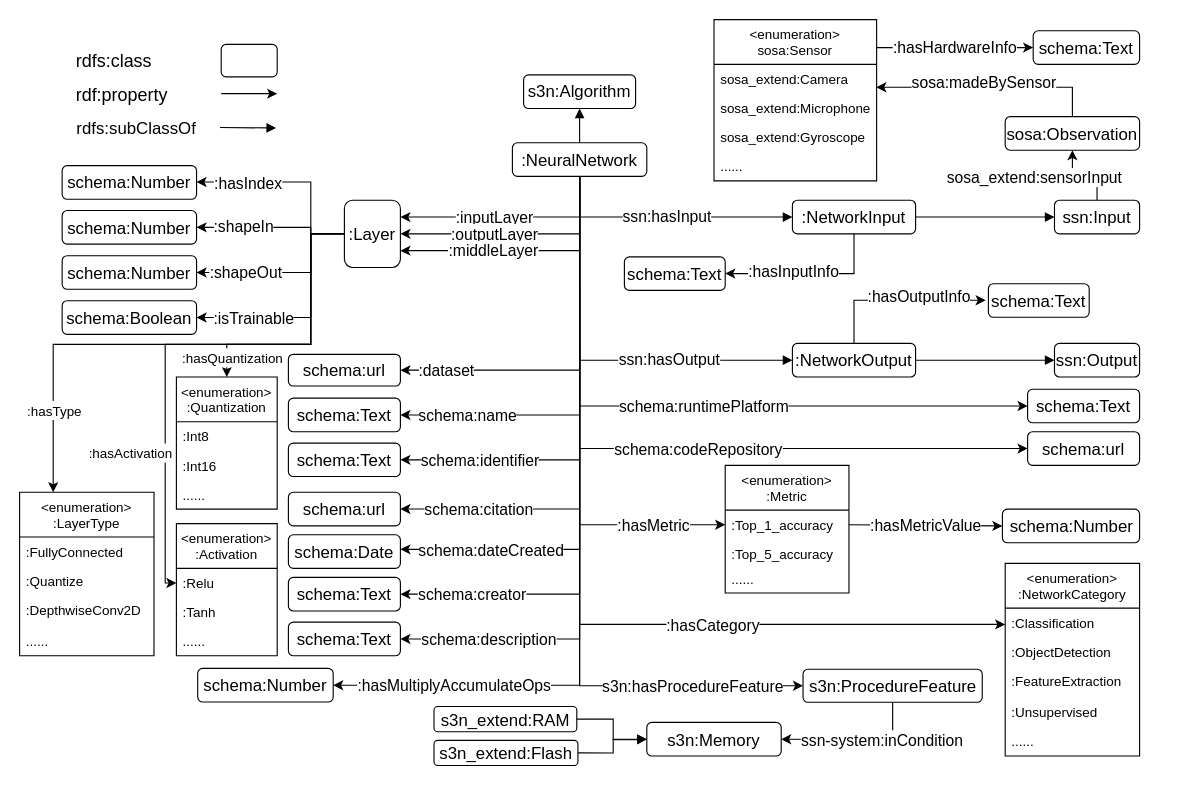
Earlier version of the draw.io diagram NN_tinyML.drawio (Haoyu-R/appendix). Source tidied: cells renumbered, new cells numbered last; positions are measured from the earlier drawing's top-left corner, leaving out a move shared by most shapes. Both pictures are drawn from the tidied source at 112%, with x=0, y=0 at pixel (19, 19).
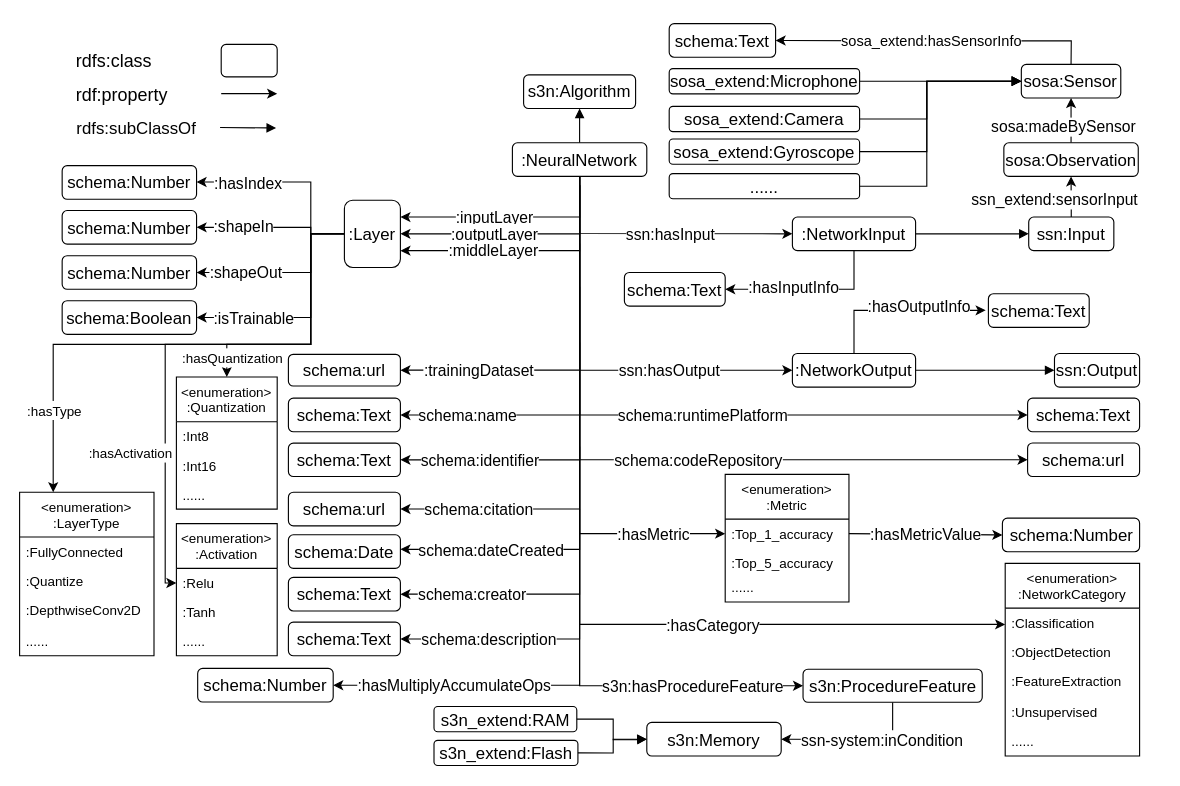
After the change.

Unchanged cells that the change refers to:
```xml
<mxCell id="14" value=":NeuralNetwork" style="rounded=1;whiteSpace=wrap;html=1;fontSize=15;" parent="1" vertex="1">
  <mxGeometry x="440" y="110" width="120" height="30" as="geometry" />
</mxCell>
<mxCell id="22" value="schema:url" style="rounded=1;whiteSpace=wrap;html=1;fontSize=15;" parent="1" vertex="1">
  <mxGeometry x="240" y="298.9" width="100" height="28.2" as="geometry" />
</mxCell>
<mxCell id="96" value=":Top_1_accuracy" style="text;strokeColor=none;fillColor=none;align=left;verticalAlign=top;spacingLeft=4;spacingRight=4;overflow=hidden;points=[[0,0.5],[1,0.5]];portConstraint=eastwest;" parent="95" vertex="1">
  <mxGeometry y="40" width="110.5" height="26" as="geometry" />
</mxCell>
```

What changed in the source:
```diff
@@
-    <mxCell id="4" value="&lt;font style=&quot;font-size: 14px&quot;&gt;:dataset&lt;/font&gt;" style="edgeStyle=orthogonalEdgeStyle;rounded=0;jettySize=auto;html=1;exitX=0.5;exitY=1;exitDx=0;exitDy=0;entryX=1;entryY=0.5;entryDx=0;entryDy=0;fontSize=15;" parent="1" edge="1" target="22">
-      <mxGeometry x="0.75" relative="1" as="geometry">
+    <mxCell id="4" value="&lt;font style=&quot;font-size: 14px&quot;&gt;:trainingDataset&lt;/font&gt;" style="edgeStyle=orthogonalEdgeStyle;rounded=0;jettySize=auto;html=1;exitX=0.5;exitY=1;exitDx=0;exitDy=0;entryX=1;entryY=0.5;entryDx=0;entryDy=0;fontSize=15;" parent="1" edge="1" target="22">
+      <mxGeometry x="0.57" relative="1" as="geometry">
         <mxPoint x="500" y="148" as="sourcePoint" />
         <Array as="points">
           <mxPoint x="500" y="313" />
         </Array>
       </mxGeometry>
     </mxCell>
@@
-    <mxCell id="10" value="&lt;font style=&quot;font-size: 14px&quot;&gt;ssn:hasInput &lt;/font&gt;" style="edgeStyle=orthogonalEdgeStyle;rounded=0;jettySize=auto;html=1;exitX=0.5;exitY=1;exitDx=0;exitDy=0;entryX=0;entryY=0.5;entryDx=0;entryDy=0;endArrow=block;endFill=1;" parent="1" edge="1" source="14" target="37">
-      <mxGeometry x="0.01" relative="1" as="geometry" />
-    </mxCell>
-    <mxCell id="11" value="&lt;font style=&quot;font-size: 14px&quot;&gt;ssn:hasOutput&lt;/font&gt;" style="edgeStyle=orthogonalEdgeStyle;rounded=0;jettySize=auto;html=1;exitX=0.5;exitY=1;exitDx=0;exitDy=0;entryX=0;entryY=0.5;entryDx=0;entryDy=0;endArrow=block;endFill=1;" parent="1" edge="1" source="14" target="41">
-      <mxGeometry x="0.38" relative="1" as="geometry" />
-    </mxCell>
@@
     <mxCell id="23" style="edgeStyle=orthogonalEdgeStyle;rounded=0;orthogonalLoop=1;jettySize=auto;html=1;exitX=0.5;exitY=1;exitDx=0;exitDy=0;fontSize=15;" parent="1" edge="1">
       <mxGeometry relative="1" as="geometry">
-        <mxPoint x="1011" y="317.2" as="sourcePoint" />
-        <mxPoint x="1011" y="317.2" as="targetPoint" />
+        <mxPoint x="1011" y="326.2" as="sourcePoint" />
+        <mxPoint x="1011" y="326.2" as="targetPoint" />
       </mxGeometry>
     </mxCell>
@@
-    <mxCell id="30" style="edgeStyle=orthogonalEdgeStyle;rounded=0;jettySize=auto;html=1;exitX=0.5;exitY=0;exitDx=0;exitDy=0;entryX=0.5;entryY=1;entryDx=0;entryDy=0;fontSize=12;" parent="1" edge="1" source="32" target="115">
+    <mxCell id="30" style="edgeStyle=orthogonalEdgeStyle;rounded=0;jettySize=auto;html=1;exitX=0.5;exitY=0;exitDx=0;exitDy=0;entryX=0.5;entryY=1;entryDx=0;entryDy=0;fontSize=13;" parent="1" edge="1" source="32" target="115">
       <mxGeometry relative="1" as="geometry" />
     </mxCell>
-    <mxCell id="31" value="&lt;font style=&quot;font-size: 14px&quot;&gt;sosa_extend:sensorInput&lt;/font&gt;" style="edgeLabel;html=1;align=center;verticalAlign=middle;fontSize=12;" parent="30" vertex="1">
-      <mxGeometry x="0.37" relative="1" as="geometry">
-        <mxPoint x="-35" y="3" as="offset" />
-      </mxGeometry>
-    </mxCell>
+    <mxCell id="116" value="&lt;font style=&quot;font-size: 14px&quot;&gt;ssn_extend:sensorInput&lt;/font&gt;" style="edgeLabel;html=1;align=center;verticalAlign=middle;fontSize=13;" parent="30" vertex="1">
+      <mxGeometry x="-0.19" y="1" relative="1" as="geometry">
+        <mxPoint x="-14" y="-1" as="offset" />
+      </mxGeometry>
+    </mxCell>
     <mxCell id="32" value="ssn:Input" style="rounded=1;whiteSpace=wrap;html=1;fontSize=15;" parent="1" vertex="1">
-      <mxGeometry x="924" y="161.3" width="76" height="30" as="geometry" />
+      <mxGeometry x="901" y="176.3" width="76" height="30" as="geometry" />
     </mxCell>
     <mxCell id="33" value="ssn:Output" style="rounded=1;whiteSpace=wrap;html=1;fontSize=15;" parent="1" vertex="1">
-      <mxGeometry x="924" y="289.1" width="76" height="30" as="geometry" />
+      <mxGeometry x="924" y="298.1" width="76" height="30" as="geometry" />
     </mxCell>
     <mxCell id="34" style="edgeStyle=orthogonalEdgeStyle;rounded=0;jettySize=auto;html=1;exitX=1;exitY=0.5;exitDx=0;exitDy=0;entryX=0;entryY=0.5;entryDx=0;entryDy=0;endArrow=block;endFill=1;" parent="1" edge="1" source="37" target="32">
-      <mxGeometry relative="1" as="geometry" />
+      <mxGeometry relative="1" as="geometry">
+        <Array as="points">
+          <mxPoint x="853" y="191" />
+          <mxPoint x="924" y="191" />
+        </Array>
+      </mxGeometry>
     </mxCell>
     <mxCell id="35" style="edgeStyle=orthogonalEdgeStyle;rounded=0;jettySize=auto;html=1;exitX=0.5;exitY=1;exitDx=0;exitDy=0;entryX=1;entryY=0.5;entryDx=0;entryDy=0;" parent="1" edge="1" source="37" target="51">
       <mxGeometry relative="1" as="geometry">
         <Array as="points">
-          <mxPoint x="745" y="227" />
+          <mxPoint x="745" y="241" />
         </Array>
       </mxGeometry>
     </mxCell>
     <mxCell id="36" value="&lt;font style=&quot;font-size: 14px&quot;&gt;:hasInputInfo&lt;/font&gt;" style="edgeLabel;html=1;align=center;verticalAlign=middle;" parent="35" vertex="1">
       <mxGeometry x="0.06" y="1" relative="1" as="geometry">
-        <mxPoint x="-10" y="-3" as="offset" />
+        <mxPoint x="-10" y="-2" as="offset" />
       </mxGeometry>
     </mxCell>
     <mxCell id="37" value=":NetworkInput" style="rounded=1;whiteSpace=wrap;html=1;fontSize=15;" parent="1" vertex="1">
-      <mxGeometry x="690" y="161.3" width="110" height="30" as="geometry" />
+      <mxGeometry x="690" y="176.3" width="110" height="30" as="geometry" />
     </mxCell>
@@
     <mxCell id="39" style="edgeStyle=orthogonalEdgeStyle;rounded=0;jettySize=auto;html=1;exitX=0.5;exitY=0;exitDx=0;exitDy=0;entryX=-0.027;entryY=0.493;entryDx=0;entryDy=0;entryPerimeter=0;" parent="1" edge="1" source="41" target="52">
       <mxGeometry relative="1" as="geometry">
         <Array as="points">
-          <mxPoint x="745" y="251" />
+          <mxPoint x="745" y="260" />
         </Array>
       </mxGeometry>
     </mxCell>
@@
     <mxCell id="41" value=":NetworkOutput" style="rounded=1;whiteSpace=wrap;html=1;fontSize=15;" parent="1" vertex="1">
-      <mxGeometry x="690" y="289.1" width="110" height="30" as="geometry" />
+      <mxGeometry x="690" y="298.1" width="110" height="30" as="geometry" />
     </mxCell>
@@
     <mxCell id="51" value="schema:Text" style="rounded=1;whiteSpace=wrap;html=1;fontSize=15;" parent="1" vertex="1">
-      <mxGeometry x="540" y="211.8" width="90" height="30" as="geometry" />
+      <mxGeometry x="540" y="225.8" width="90" height="30" as="geometry" />
     </mxCell>
     <mxCell id="52" value="schema:Text" style="rounded=1;whiteSpace=wrap;html=1;fontSize=15;" parent="1" vertex="1">
-      <mxGeometry x="865" y="235.8" width="90" height="30" as="geometry" />
+      <mxGeometry x="865" y="244.8" width="90" height="30" as="geometry" />
     </mxCell>
@@
-    <mxCell id="56" value="&lt;font style=&quot;font-size: 14px&quot;&gt;:hasHardwareInfo&lt;/font&gt;" style="endArrow=classic;html=1;rounded=0;entryX=0;entryY=0.5;entryDx=0;entryDy=0;exitX=1.001;exitY=0.174;exitDx=0;exitDy=0;exitPerimeter=0;" parent="1" edge="1" source="108" target="57">
-      <mxGeometry relative="1" as="geometry">
+    <mxCell id="56" style="endArrow=classic;html=1;rounded=0;entryX=1;entryY=0.5;entryDx=0;entryDy=0;exitX=0.5;exitY=0;exitDx=0;exitDy=0;" parent="1" edge="1" source="108" target="57">
+      <mxGeometry x="-0.04" y="-19" relative="1" as="geometry">
         <Array as="points">
-          <mxPoint x="840" y="25" />
+          <mxPoint x="939" y="19" />
+          <mxPoint x="790" y="19" />
         </Array>
+        <mxPoint x="7" y="-1" as="offset" />
       </mxGeometry>
     </mxCell>
+    <mxCell id="117" value="&lt;font style=&quot;font-size: 13px&quot;&gt;sosa_extend:hasSensorInfo&lt;/font&gt;" style="edgeLabel;html=1;align=center;verticalAlign=middle;fontSize=13;" parent="56" vertex="1">
+      <mxGeometry x="0.03" y="-1" relative="1" as="geometry" />
+    </mxCell>
     <mxCell id="57" value="schema:Text" style="rounded=1;whiteSpace=wrap;html=1;fontSize=15;" parent="1" vertex="1">
-      <mxGeometry x="905" y="10" width="95" height="30" as="geometry" />
+      <mxGeometry x="580" y="3.6" width="95" height="30" as="geometry" />
     </mxCell>
-    <mxCell id="58" value="&lt;font style=&quot;font-size: 14px&quot;&gt;:hasMetric&lt;/font&gt;" style="edgeStyle=orthogonalEdgeStyle;rounded=0;jettySize=auto;html=1;exitX=0.5;exitY=1;exitDx=0;exitDy=0;entryX=0;entryY=0.5;entryDx=0;entryDy=0;fontSize=15;" parent="1" edge="1" source="14" target="96">
+    <mxCell id="58" value="&lt;font style=&quot;font-size: 14px&quot;&gt;:hasMetric&lt;/font&gt;" style="edgeStyle=orthogonalEdgeStyle;rounded=0;jettySize=auto;html=1;exitX=0.5;exitY=1;exitDx=0;exitDy=0;entryX=0;entryY=0.5;entryDx=0;entryDy=0;fontSize=15;" parent="1" edge="1" target="96">
       <mxGeometry x="0.71" relative="1" as="geometry">
+        <mxPoint x="500" y="148" as="sourcePoint" />
         <Array as="points">
-          <mxPoint x="500" y="451" />
+          <mxPoint x="500" y="459" />
         </Array>
       </mxGeometry>
     </mxCell>
@@
     <mxCell id="60" value="schema:Number" style="rounded=1;whiteSpace=wrap;html=1;fontSize=15;" parent="1" vertex="1">
-      <mxGeometry x="877.5" y="437.1" width="122.5" height="30" as="geometry" />
+      <mxGeometry x="877.5" y="445.1" width="122.5" height="30" as="geometry" />
     </mxCell>
@@
     <mxCell id="63" value="&lt;font style=&quot;font-size: 14px&quot;&gt;schema:codeRepository&lt;/font&gt;" style="edgeStyle=orthogonalEdgeStyle;rounded=0;jettySize=auto;html=1;exitX=0.5;exitY=1;exitDx=0;exitDy=0;entryX=0;entryY=0.5;entryDx=0;entryDy=0;fontSize=15;" parent="1" edge="1" target="107">
       <mxGeometry x="0.01" relative="1" as="geometry">
-        <mxPoint x="500" y="190" as="sourcePoint" />
+        <mxPoint x="500" y="200" as="sourcePoint" />
         <Array as="points">
-          <mxPoint x="500" y="383" />
+          <mxPoint x="500" y="393" />
         </Array>
       </mxGeometry>
     </mxCell>
@@
     <mxCell id="95" value="&lt;enumeration&gt;&#10;:Metric" style="swimlane;fontStyle=0;horizontal=1;startSize=40;fillColor=none;" parent="1" vertex="1">
-      <mxGeometry x="630" y="398" width="110.5" height="114" as="geometry" />
+      <mxGeometry x="630" y="406" width="110.5" height="114" as="geometry" />
     </mxCell>
@@
     <mxCell id="105" value="schema:Text" style="rounded=1;whiteSpace=wrap;html=1;fontSize=15;" parent="1" vertex="1">
-      <mxGeometry x="900" y="330" width="100" height="30" as="geometry" />
+      <mxGeometry x="900" y="338" width="100" height="30" as="geometry" />
     </mxCell>
@@
     <mxCell id="107" value="schema:url" style="rounded=1;whiteSpace=wrap;html=1;fontSize=15;" parent="1" vertex="1">
-      <mxGeometry x="900" y="368" width="100" height="30" as="geometry" />
+      <mxGeometry x="900" y="378" width="100" height="30" as="geometry" />
     </mxCell>
-    <mxCell id="108" value="&lt;enumeration&gt;&#10;sosa:Sensor" style="swimlane;fontStyle=0;horizontal=1;startSize=40;fillColor=none;" parent="1" vertex="1">
-      <mxGeometry x="620" width="145.2" height="144" as="geometry" />
-    </mxCell>
-    <mxCell id="109" value="sosa_extend:Camera" style="text;strokeColor=none;fillColor=none;align=left;verticalAlign=top;spacingLeft=4;spacingRight=4;overflow=hidden;points=[[0,0.5],[1,0.5]];portConstraint=eastwest;" parent="108" vertex="1">
-      <mxGeometry y="40" width="145.2" height="26" as="geometry" />
-    </mxCell>
-    <mxCell id="110" value="sosa_extend:Microphone" style="text;strokeColor=none;fillColor=none;align=left;verticalAlign=top;spacingLeft=4;spacingRight=4;overflow=hidden;points=[[0,0.5],[1,0.5]];portConstraint=eastwest;" parent="108" vertex="1">
-      <mxGeometry y="66" width="145.2" height="26" as="geometry" />
-    </mxCell>
-    <mxCell id="111" value="sosa_extend:Gyroscope" style="text;strokeColor=none;fillColor=none;align=left;verticalAlign=top;spacingLeft=4;spacingRight=4;overflow=hidden;points=[[0,0.5],[1,0.5]];portConstraint=eastwest;" parent="108" vertex="1">
-      <mxGeometry y="92" width="145.2" height="26" as="geometry" />
-    </mxCell>
-    <mxCell id="112" value="......" style="text;strokeColor=none;fillColor=none;align=left;verticalAlign=top;spacingLeft=4;spacingRight=4;overflow=hidden;points=[[0,0.5],[1,0.5]];portConstraint=eastwest;" parent="108" vertex="1">
-      <mxGeometry y="118" width="145.2" height="26" as="geometry" />
-    </mxCell>
-    <mxCell id="113" style="edgeStyle=orthogonalEdgeStyle;rounded=0;jettySize=auto;html=1;exitX=0.5;exitY=0;exitDx=0;exitDy=0;entryX=0.998;entryY=0.786;entryDx=0;entryDy=0;entryPerimeter=0;fontSize=12;" parent="1" edge="1" source="115" target="109">
+    <mxCell id="113" style="edgeStyle=orthogonalEdgeStyle;rounded=0;jettySize=auto;html=1;exitX=0.5;exitY=0;exitDx=0;exitDy=0;fontSize=12;entryX=0.5;entryY=1;entryDx=0;entryDy=0;" parent="1" edge="1" source="115" target="108">
       <mxGeometry relative="1" as="geometry" />
     </mxCell>
     <mxCell id="114" value="&lt;font style=&quot;font-size: 14px&quot;&gt;sosa:madeBySensor&lt;/font&gt;" style="edgeLabel;html=1;align=center;verticalAlign=middle;fontSize=12;" parent="113" vertex="1">
       <mxGeometry x="-0.28" y="1" relative="1" as="geometry">
-        <mxPoint x="-34" y="-5" as="offset" />
+        <mxPoint x="-6" y="-1" as="offset" />
       </mxGeometry>
     </mxCell>
     <mxCell id="115" value="sosa:Observation" style="rounded=1;whiteSpace=wrap;html=1;fontSize=15;" parent="1" vertex="1">
-      <mxGeometry x="880" y="86.6" width="120" height="30" as="geometry" />
+      <mxGeometry x="878.8" y="110" width="120" height="30" as="geometry" />
     </mxCell>
+    <mxCell id="108" value="sosa:Sensor" style="rounded=1;whiteSpace=wrap;html=1;fontSize=15;" parent="1" vertex="1">
+      <mxGeometry x="894.4" y="40" width="88.8" height="30" as="geometry" />
+    </mxCell>
+    <mxCell id="110" value="sosa_extend:Microphone" style="rounded=1;whiteSpace=wrap;html=1;fontSize=15;" parent="1" vertex="1">
+      <mxGeometry x="580" y="43.8" width="170" height="22.5" as="geometry" />
+    </mxCell>
+    <mxCell id="109" value="sosa_extend:Camera" style="rounded=1;whiteSpace=wrap;html=1;fontSize=15;" parent="1" vertex="1">
+      <mxGeometry x="580" y="77.5" width="170" height="22.5" as="geometry" />
+    </mxCell>
+    <mxCell id="111" value="sosa_extend:Gyroscope" style="rounded=1;whiteSpace=wrap;html=1;fontSize=15;" parent="1" vertex="1">
+      <mxGeometry x="580" y="106.6" width="170" height="22.5" as="geometry" />
+    </mxCell>
+    <mxCell id="112" value="......" style="rounded=1;whiteSpace=wrap;html=1;fontSize=15;" parent="1" vertex="1">
+      <mxGeometry x="580" y="137.5" width="170" height="22.5" as="geometry" />
+    </mxCell>
+    <mxCell id="118" style="edgeStyle=orthogonalEdgeStyle;rounded=0;jettySize=auto;html=1;endArrow=block;endFill=1;entryX=0;entryY=0.5;entryDx=0;entryDy=0;exitX=1;exitY=0.5;exitDx=0;exitDy=0;" parent="1" edge="1" source="110" target="108">
+      <mxGeometry relative="1" as="geometry">
+        <Array as="points">
+          <mxPoint x="760" y="55" />
+          <mxPoint x="760" y="55" />
+        </Array>
+      </mxGeometry>
+    </mxCell>
+    <mxCell id="119" style="edgeStyle=orthogonalEdgeStyle;rounded=0;jettySize=auto;html=1;endArrow=block;endFill=1;entryX=0;entryY=0.5;entryDx=0;entryDy=0;exitX=1;exitY=0.5;exitDx=0;exitDy=0;" parent="1" edge="1" source="109" target="108">
+      <mxGeometry relative="1" as="geometry">
+        <Array as="points">
+          <mxPoint x="810" y="89" />
+          <mxPoint x="810" y="55" />
+        </Array>
+      </mxGeometry>
+    </mxCell>
+    <mxCell id="120" style="edgeStyle=orthogonalEdgeStyle;rounded=0;jettySize=auto;html=1;endArrow=block;endFill=1;entryX=0;entryY=0.5;entryDx=0;entryDy=0;exitX=1;exitY=0.5;exitDx=0;exitDy=0;" parent="1" edge="1" source="111" target="108">
+      <mxGeometry relative="1" as="geometry">
+        <Array as="points">
+          <mxPoint x="810" y="118" />
+          <mxPoint x="810" y="55" />
+        </Array>
+      </mxGeometry>
+    </mxCell>
+    <mxCell id="121" style="edgeStyle=orthogonalEdgeStyle;rounded=0;jettySize=auto;html=1;endArrow=block;endFill=1;exitX=1;exitY=0.5;exitDx=0;exitDy=0;" parent="1" edge="1" source="112" target="108">
+      <mxGeometry relative="1" as="geometry">
+        <Array as="points">
+          <mxPoint x="810" y="149" />
+          <mxPoint x="810" y="55" />
+        </Array>
+      </mxGeometry>
+    </mxCell>
+    <mxCell id="122" style="endArrow=classic;html=1;rounded=0;fontSize=13;entryX=0;entryY=0.5;entryDx=0;entryDy=0;exitX=0.5;exitY=1;exitDx=0;exitDy=0;" parent="1" edge="1" source="14" target="41">
+      <mxGeometry relative="1" as="geometry">
+        <Array as="points">
+          <mxPoint x="500" y="313" />
+        </Array>
+      </mxGeometry>
+    </mxCell>
+    <mxCell id="11" value="&lt;font style=&quot;font-size: 14px&quot;&gt;ssn:hasOutput&lt;/font&gt;" style="edgeLabel;html=1;align=center;verticalAlign=middle;fontSize=13;" parent="122" vertex="1">
+      <mxGeometry x="0.6" y="-5" relative="1" as="geometry">
+        <mxPoint x="-37" y="-5" as="offset" />
+      </mxGeometry>
+    </mxCell>
+    <mxCell id="123" style="endArrow=classic;html=1;rounded=0;fontSize=13;entryX=0;entryY=0.5;entryDx=0;entryDy=0;exitX=0.5;exitY=1;exitDx=0;exitDy=0;" parent="1" edge="1" source="14" target="37">
+      <mxGeometry relative="1" as="geometry">
+        <Array as="points">
+          <mxPoint x="500" y="191" />
+        </Array>
+      </mxGeometry>
+    </mxCell>
+    <mxCell id="10" value="&lt;font style=&quot;font-size: 14px&quot;&gt;ssn:hasInput&lt;/font&gt;" style="edgeLabel;html=1;align=center;verticalAlign=middle;fontSize=13;" parent="123" vertex="1">
+      <mxGeometry x="0.08" y="2" relative="1" as="geometry">
+        <mxPoint x="1" y="2" as="offset" />
+      </mxGeometry>
+    </mxCell>
```
